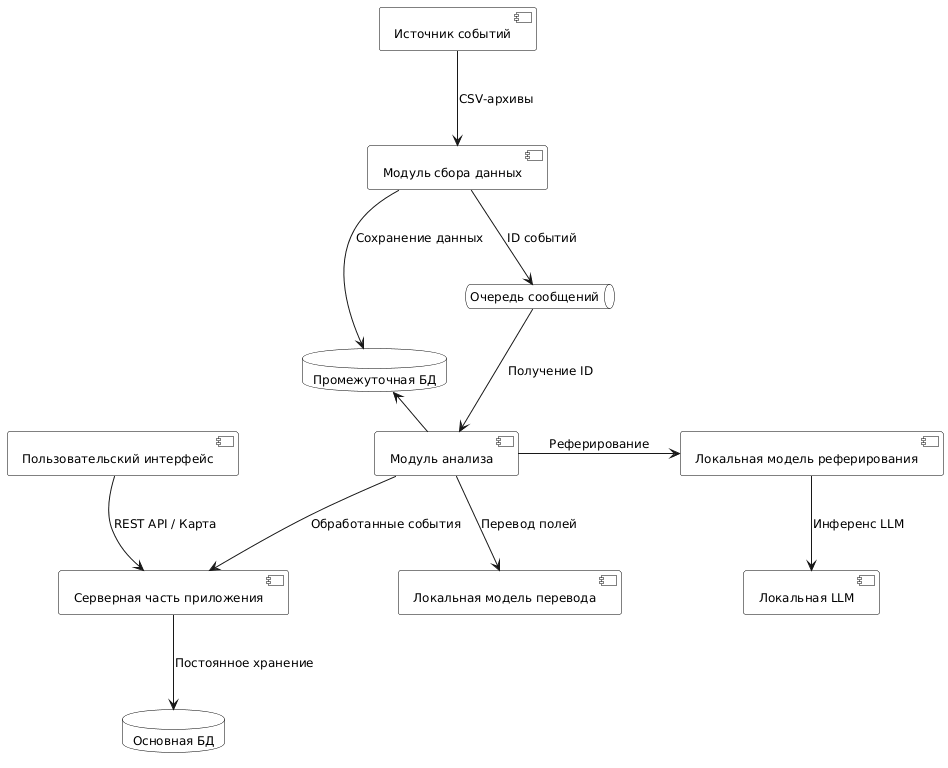
Above: report/picture/diagramm/components_diagramm.png in kovvvalskii/diploma-report (PlantUML), before the change.
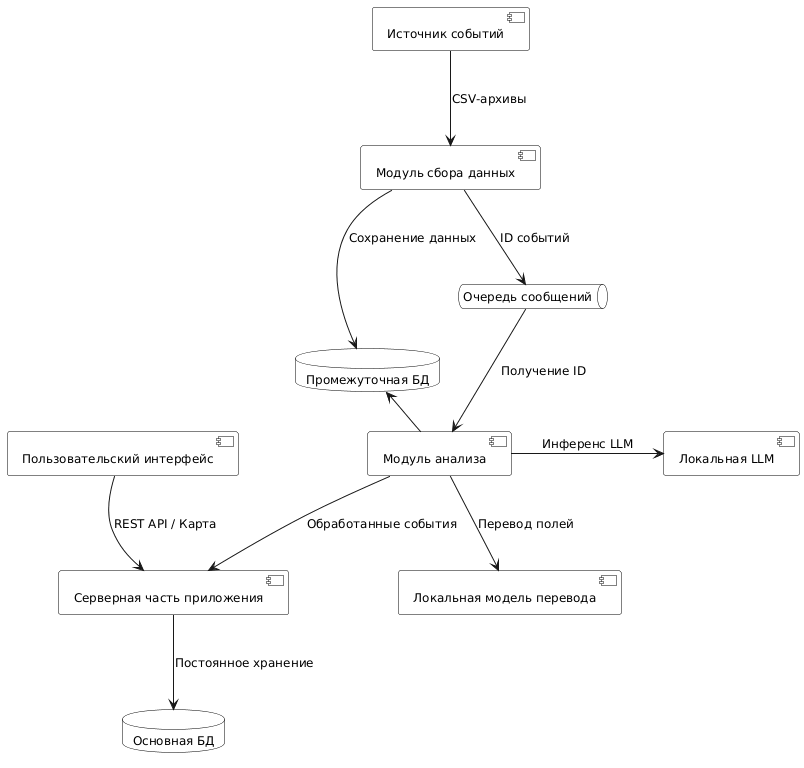
Later version of the same file.

Change to the diagram source:
```diff
@@ -27,7 +27,6 @@
 [Модуль анализа] as Analyzer
 [Локальная LLM] as Ollama
 [Локальная модель перевода] as Translator
-[Локальная модель реферирования] as Summarizer
 
 [Серверная часть приложения] as Core
 database "Основная БД" as CDB
@@ -41,8 +40,7 @@
 RMQ --> Analyzer : Получение ID
 Analyzer -left-> SDB : Чтение данных
 Analyzer --> Translator : Перевод полей
-Analyzer -right-> Summarizer : Реферирование
-Summarizer --> Ollama : Инференс LLM
+Analyzer -right-> Ollama : Инференс LLM
 Analyzer --> Core : Обработанные события
 
 Core --> CDB : Постоянное хранение
```
